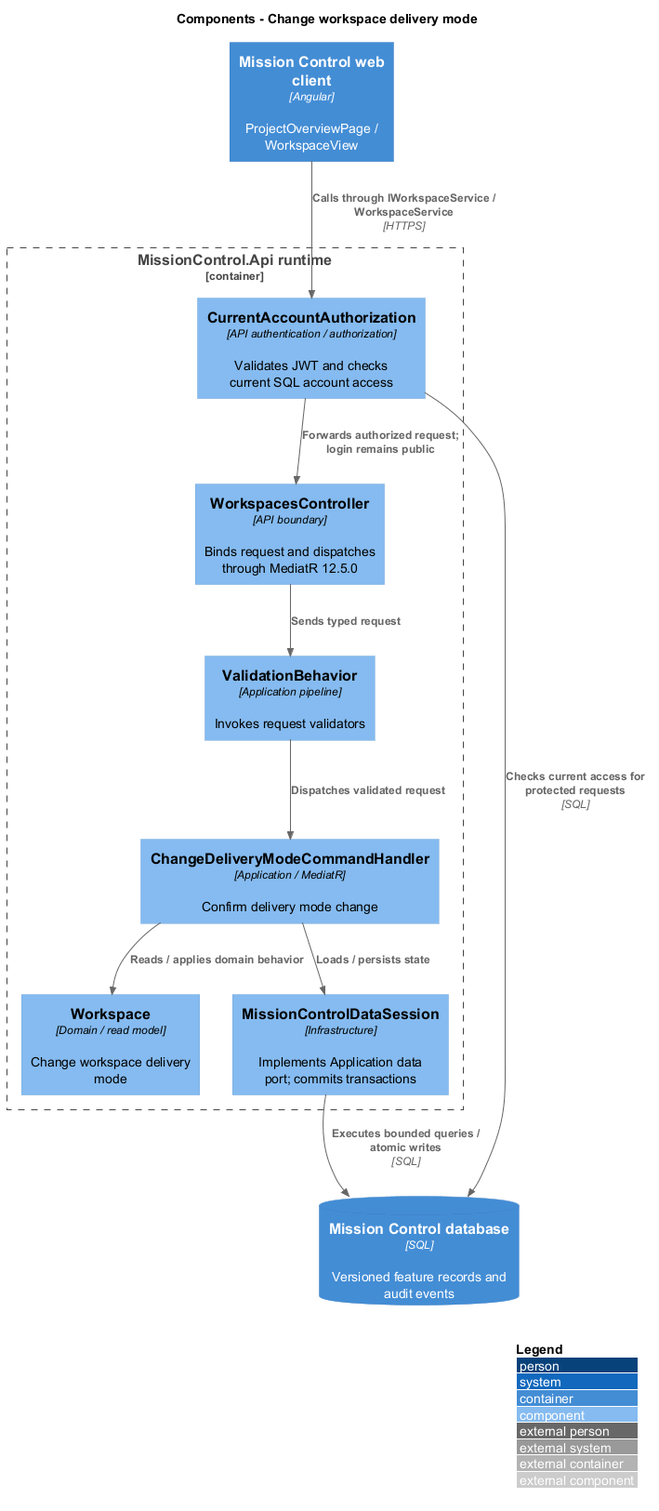
The PlantUML diagram docs/detailed-designs/projects/change-delivery-mode/diagrams/c4-component.png in QuinntyneBrown/mission-control, before a commit. Its diagram source:
```plantuml
@startuml
!include <C4/C4_Component>
LAYOUT_WITH_LEGEND()
title Components - Change workspace delivery mode
Container(web, "Mission Control web client", "Angular", "ProjectOverviewPage / WorkspaceView")
ContainerDb(db, "Mission Control database", "SQL", "Versioned feature records and audit events")
Container_Boundary(api, "MissionControl.Api runtime") {
  Component(ctrl, "WorkspacesController", "API boundary", "Binds request and dispatches through MediatR 12.5.0")
  Component(access, "CurrentAccountAuthorization", "API authentication / authorization", "Validates JWT and checks current SQL account access")
  Component(validation, "ValidationBehavior", "Application pipeline", "Invokes request validators")
  Component(entity, "Workspace", "Domain / read model", "Change workspace delivery mode")
  Component(store, "MissionControlDataSession", "Infrastructure", "Implements Application data port; commits transactions")
Rel(web, access, "Calls through IWorkspaceService / WorkspaceService", "HTTPS")
Rel(access, db, "Checks current access for protected requests", "SQL")
Rel(access, ctrl, "Forwards authorized request; login remains public")
Rel(ctrl, validation, "Sends typed request")
Component(h0, "ChangeDeliveryModeCommandHandler", "Application / MediatR", "Confirm delivery mode change")
Rel(validation, h0, "Dispatches validated request")
Rel(h0, entity, "Reads / applies domain behavior")
Rel(h0, store, "Loads / persists state")
}
Rel(store, db, "Executes bounded queries / atomic writes", "SQL")
@enduml
```
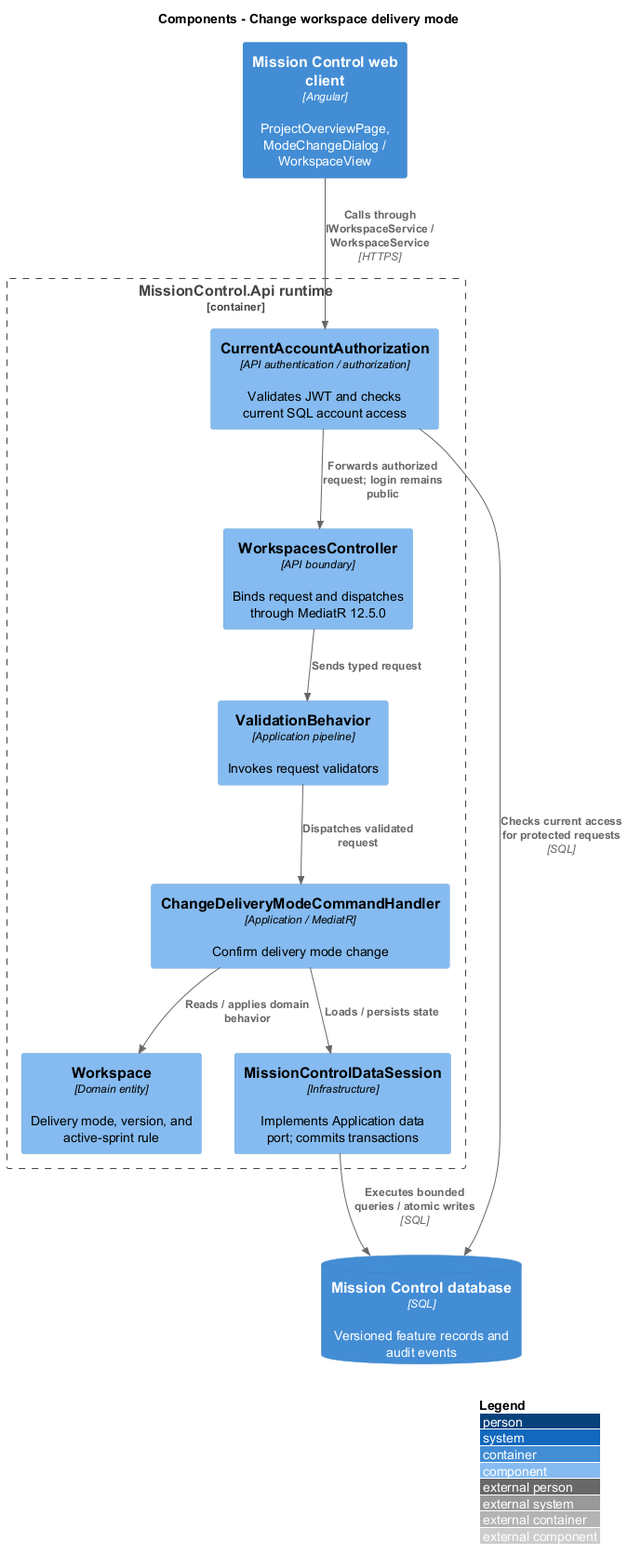
Later version of the same file.

Change to the diagram source:
```diff
@@ -2,13 +2,13 @@
 !include <C4/C4_Component>
 LAYOUT_WITH_LEGEND()
 title Components - Change workspace delivery mode
-Container(web, "Mission Control web client", "Angular", "ProjectOverviewPage / WorkspaceView")
+Container(web, "Mission Control web client", "Angular", "ProjectOverviewPage, ModeChangeDialog / WorkspaceView")
 ContainerDb(db, "Mission Control database", "SQL", "Versioned feature records and audit events")
 Container_Boundary(api, "MissionControl.Api runtime") {
   Component(ctrl, "WorkspacesController", "API boundary", "Binds request and dispatches through MediatR 12.5.0")
   Component(access, "CurrentAccountAuthorization", "API authentication / authorization", "Validates JWT and checks current SQL account access")
   Component(validation, "ValidationBehavior", "Application pipeline", "Invokes request validators")
-  Component(entity, "Workspace", "Domain / read model", "Change workspace delivery mode")
+  Component(entity, "Workspace", "Domain entity", "Delivery mode, version, and active-sprint rule")
   Component(store, "MissionControlDataSession", "Infrastructure", "Implements Application data port; commits transactions")
 Rel(web, access, "Calls through IWorkspaceService / WorkspaceService", "HTTPS")
 Rel(access, db, "Checks current access for protected requests", "SQL")
```
